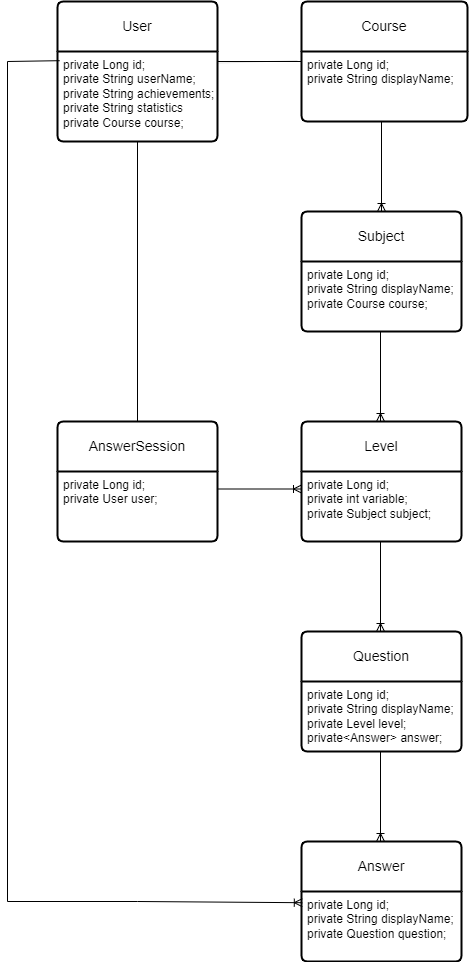
The draw.io diagram docs/relationship-diagram.png in TobiaszCh/CodeSage, before a commit. Source tidied: cells renumbered, new cells last; positions are measured from the earlier drawing's top-left corner, leaving out a move shared by most shapes.
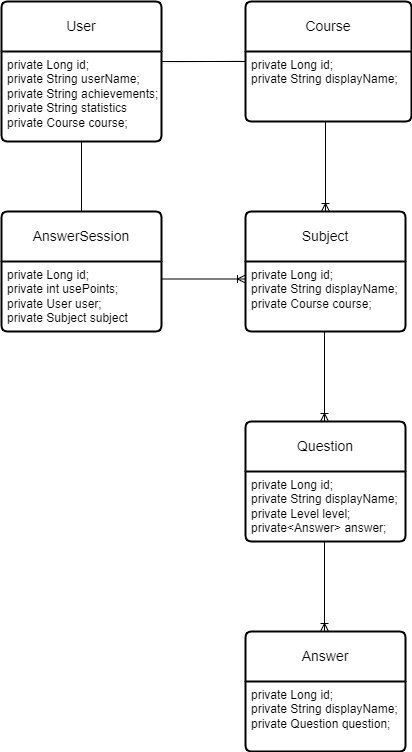
The same diagram one commit later.

The edit, as a diff of the source:
```diff
@@ -19,18 +19,6 @@
         <mxPoint x="374" y="120" as="sourcePoint" />
       </mxGeometry>
     </mxCell>
-    <mxCell id="7" style="fontSize=12;html=1;endArrow=ERoneToMany;rounded=0;entryX=0.5;entryY=0;entryDx=0;entryDy=0;" parent="1" edge="1">
-      <mxGeometry relative="1" as="geometry">
-        <mxPoint x="373" y="330" as="sourcePoint" />
-        <mxPoint x="373" y="420" as="targetPoint" />
-      </mxGeometry>
-    </mxCell>
-    <mxCell id="8" value="Level" style="swimlane;horizontal=1;startSize=50;rounded=1;fontSize=14;fontStyle=0;strokeWidth=2;shadow=0;dashed=0;align=center;arcSize=4;whiteSpace=wrap;html=1;" parent="1" vertex="1">
-      <mxGeometry x="294" y="420" width="160" height="120" as="geometry" />
-    </mxCell>
-    <mxCell id="9" value="private Long id;&lt;br&gt;private int variable;&lt;br&gt;private Subject subject;" style="align=left;strokeColor=none;fillColor=none;spacingLeft=4;fontSize=12;verticalAlign=top;html=1;" parent="8" vertex="1">
-      <mxGeometry y="50" width="160" height="70" as="geometry" />
-    </mxCell>
     <mxCell id="10" value="User" style="swimlane;horizontal=1;startSize=50;rounded=1;fontSize=14;fontStyle=0;strokeWidth=2;shadow=0;dashed=0;align=center;arcSize=4;whiteSpace=wrap;html=1;" parent="1" vertex="1">
       <mxGeometry x="50" width="160" height="140" as="geometry" />
     </mxCell>
@@ -42,14 +30,8 @@
         <mxPoint x="290" y="59" as="targetPoint" />
       </mxGeometry>
     </mxCell>
-    <mxCell id="13" style="fontSize=12;html=1;endArrow=ERoneToMany;rounded=0;entryX=0.5;entryY=0;entryDx=0;entryDy=0;" parent="1" edge="1">
-      <mxGeometry relative="1" as="geometry">
-        <mxPoint x="373" y="540" as="sourcePoint" />
-        <mxPoint x="373" y="630" as="targetPoint" />
-      </mxGeometry>
-    </mxCell>
     <mxCell id="14" value="Question" style="swimlane;horizontal=1;startSize=50;rounded=1;fontSize=14;fontStyle=0;strokeWidth=2;shadow=0;dashed=0;align=center;arcSize=4;whiteSpace=wrap;html=1;" parent="1" vertex="1">
-      <mxGeometry x="294" y="630" width="160" height="120" as="geometry" />
+      <mxGeometry x="294" y="420" width="160" height="120" as="geometry" />
     </mxCell>
     <mxCell id="15" value="private Long id;&lt;br&gt;private String displayName;&lt;br style=&quot;border-color: var(--border-color);&quot;&gt;private Level level;&lt;br&gt;private&amp;lt;Answer&amp;gt; answer;" style="align=left;strokeColor=none;fillColor=none;spacingLeft=4;fontSize=12;verticalAlign=top;html=1;" parent="14" vertex="1">
       <mxGeometry y="50" width="160" height="70" as="geometry" />
@@ -64,36 +46,33 @@
     </mxCell>
     <mxCell id="17" style="fontSize=12;html=1;endArrow=ERoneToMany;rounded=0;entryX=0.5;entryY=0;entryDx=0;entryDy=0;" parent="1" edge="1">
       <mxGeometry relative="1" as="geometry">
-        <mxPoint x="373" y="750" as="sourcePoint" />
-        <mxPoint x="373" y="840" as="targetPoint" />
+        <mxPoint x="373" y="540" as="sourcePoint" />
+        <mxPoint x="373" y="630" as="targetPoint" />
       </mxGeometry>
     </mxCell>
     <mxCell id="18" value="Answer" style="swimlane;horizontal=1;startSize=50;rounded=1;fontSize=14;fontStyle=0;strokeWidth=2;shadow=0;dashed=0;align=center;arcSize=4;whiteSpace=wrap;html=1;" parent="1" vertex="1">
-      <mxGeometry x="294" y="840" width="160" height="120" as="geometry" />
+      <mxGeometry x="294" y="630" width="160" height="120" as="geometry" />
     </mxCell>
     <mxCell id="19" value="private Long id;&lt;br&gt;private String displayName;&lt;br style=&quot;border-color: var(--border-color);&quot;&gt;private Question question;" style="align=left;strokeColor=none;fillColor=none;spacingLeft=4;fontSize=12;verticalAlign=top;html=1;" parent="18" vertex="1">
       <mxGeometry y="50" width="160" height="70" as="geometry" />
     </mxCell>
     <mxCell id="20" value="AnswerSession" style="swimlane;horizontal=1;startSize=50;rounded=1;fontSize=14;fontStyle=0;strokeWidth=2;shadow=0;dashed=0;align=center;arcSize=4;whiteSpace=wrap;html=1;" parent="1" vertex="1">
-      <mxGeometry x="50" y="420" width="160" height="120" as="geometry" />
+      <mxGeometry x="50" y="210" width="160" height="120" as="geometry" />
     </mxCell>
-    <mxCell id="21" value="private Long id;&lt;br&gt;private User user;" style="align=left;strokeColor=none;fillColor=none;spacingLeft=4;fontSize=12;verticalAlign=top;html=1;" parent="20" vertex="1">
+    <mxCell id="21" value="private Long id;&lt;br&gt;private int usePoints;&lt;br&gt;private User user;&amp;nbsp;&lt;br&gt;private Subject subject&amp;nbsp;" style="align=left;strokeColor=none;fillColor=none;spacingLeft=4;fontSize=12;verticalAlign=top;html=1;" parent="20" vertex="1">
       <mxGeometry y="50" width="160" height="70" as="geometry" />
     </mxCell>
-    <mxCell id="22" style="fontSize=12;html=1;endArrow=ERoneToMany;rounded=0;entryX=0.005;entryY=0.16;entryDx=0;entryDy=0;exitX=0.013;exitY=0.102;exitDx=0;exitDy=0;entryPerimeter=0;exitPerimeter=0;" parent="1" edge="1" source="11" target="19">
-      <mxGeometry relative="1" as="geometry">
-        <Array as="points">
-          <mxPoint y="60" />
-          <mxPoint y="900" />
-          <mxPoint x="130" y="900" />
-        </Array>
-      </mxGeometry>
-    </mxCell>
-    <mxCell id="23" style="fontSize=12;html=1;endArrow=ERoneToMany;rounded=0;entryX=0;entryY=0.25;entryDx=0;entryDy=0;exitX=1;exitY=0.25;exitDx=0;exitDy=0;" parent="1" edge="1" source="21" target="9">
+    <mxCell id="23" style="fontSize=12;html=1;endArrow=ERoneToMany;rounded=0;entryX=0;entryY=0.25;entryDx=0;entryDy=0;exitX=1;exitY=0.25;exitDx=0;exitDy=0;" parent="1" edge="1" source="21" target="5">
       <mxGeometry relative="1" as="geometry" />
     </mxCell>
     <mxCell id="24" style="endArrow=none;html=1;rounded=0;exitX=0.5;exitY=1;exitDx=0;exitDy=0;entryX=0.5;entryY=0;entryDx=0;entryDy=0;" parent="1" edge="1" source="11" target="20">
       <mxGeometry relative="1" as="geometry" />
     </mxCell>
+    <mxCell id="25" style="fontSize=12;html=1;endArrow=ERoneToMany;rounded=0;entryX=0.5;entryY=0;entryDx=0;entryDy=0;" parent="1" edge="1">
+      <mxGeometry relative="1" as="geometry">
+        <mxPoint x="373" y="330" as="sourcePoint" />
+        <mxPoint x="373" y="420" as="targetPoint" />
+      </mxGeometry>
+    </mxCell>
   </root>
 </mxGraphModel>
```
